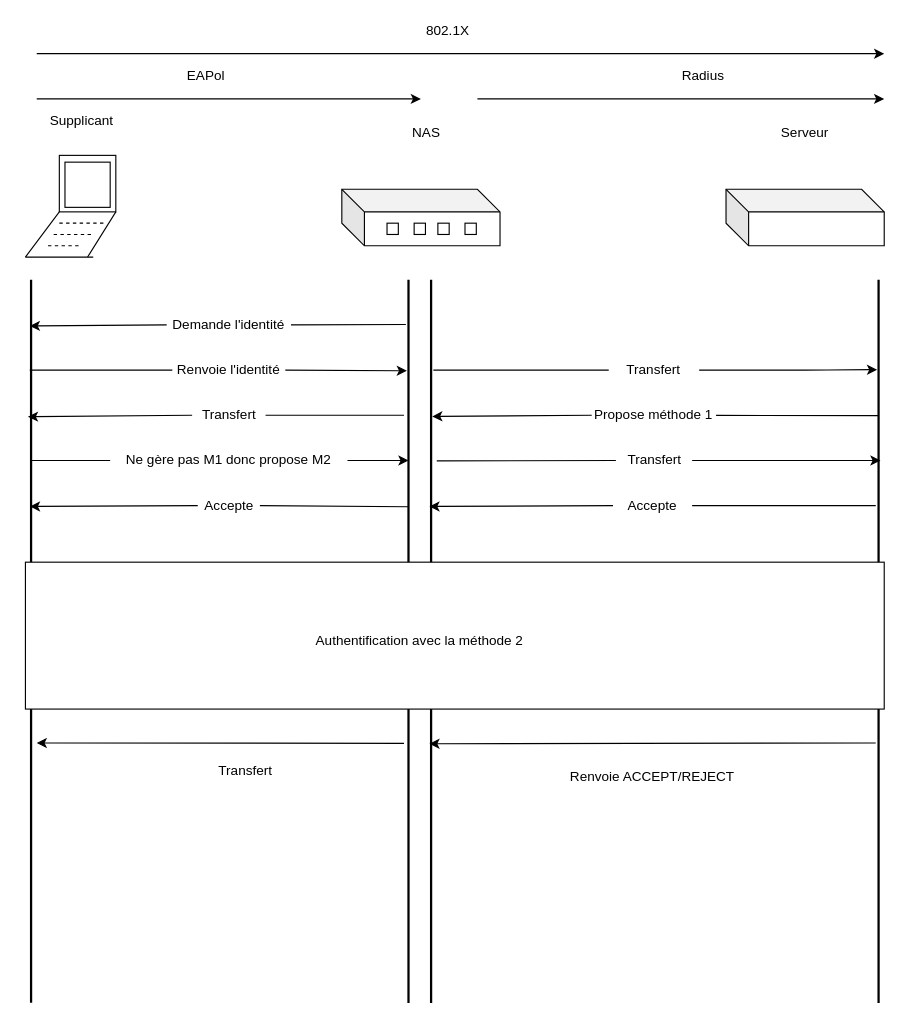
This is EAP.drawio from Gomonriou/Radius, a draw.io file, before an edit. Source tidied: cells renumbered, new cells numbered last; positions are measured from the earlier drawing's top-left corner, leaving out a move shared by most shapes. Both pictures are drawn from the tidied source at 113%, with x=0, y=0 at pixel (25, 19).
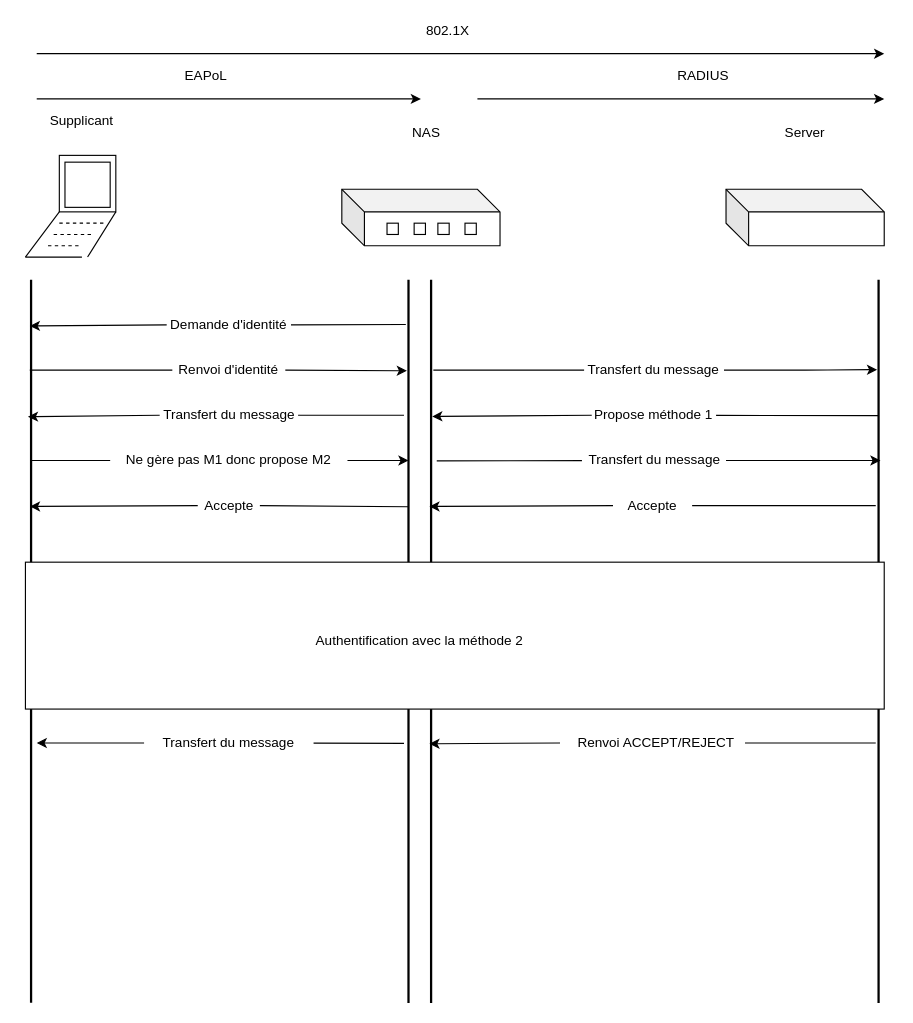
Above is the later version.

The edit, as a diff of the source:
```diff
@@
     <mxCell id="5" style="endArrow=none;html=1;" parent="1" edge="1">
       <mxGeometry relative="1" as="geometry">
         <mxPoint y="210" as="sourcePoint" />
-        <mxPoint x="60" y="210" as="targetPoint" />
+        <mxPoint x="50" y="210" as="targetPoint" />
       </mxGeometry>
     </mxCell>
@@
-    <mxCell id="22" value="Serveur" style="text;html=1;strokeColor=none;fillColor=none;align=center;verticalAlign=middle;whiteSpace=wrap;rounded=0;" parent="1" vertex="1">
+    <mxCell id="22" value="Server" style="text;html=1;strokeColor=none;fillColor=none;align=center;verticalAlign=middle;whiteSpace=wrap;rounded=0;" parent="1" vertex="1">
       <mxGeometry x="670" y="90" width="40" height="20" as="geometry" />
     </mxCell>
@@
-    <mxCell id="25" value="EAPol" style="text;html=1;strokeColor=none;fillColor=none;align=center;verticalAlign=middle;whiteSpace=wrap;rounded=0;" parent="1" vertex="1">
+    <mxCell id="25" value="EAPoL" style="text;html=1;strokeColor=none;fillColor=none;align=center;verticalAlign=middle;whiteSpace=wrap;rounded=0;" parent="1" vertex="1">
       <mxGeometry x="140" y="40" width="40" height="20" as="geometry" />
     </mxCell>
-    <mxCell id="26" value="Radius" style="text;html=1;strokeColor=none;fillColor=none;align=center;verticalAlign=middle;whiteSpace=wrap;rounded=0;" parent="1" vertex="1">
+    <mxCell id="26" value="RADIUS" style="text;html=1;strokeColor=none;fillColor=none;align=center;verticalAlign=middle;whiteSpace=wrap;rounded=0;" parent="1" vertex="1">
       <mxGeometry x="580" y="40" width="40" height="20" as="geometry" />
     </mxCell>
@@
-    <mxCell id="38" style="endArrow=classic;html=1;exitX=0.188;exitY=0.5;exitDx=0;exitDy=0;exitPerimeter=0;" parent="1" edge="1">
+    <mxCell id="38" style="endArrow=classic;html=1;exitX=0;exitY=0.5;exitDx=0;exitDy=0;startArrow=none;" parent="1" edge="1" source="40">
       <mxGeometry relative="1" as="geometry">
-        <mxPoint x="752.5" y="640" as="sourcePoint" />
         <mxPoint x="357.5" y="640.7" as="targetPoint" />
       </mxGeometry>
     </mxCell>
-    <mxCell id="39" style="endArrow=classic;html=1;" parent="1" edge="1">
+    <mxCell id="39" style="endArrow=classic;html=1;startArrow=none;" parent="1" edge="1" source="41">
       <mxGeometry relative="1" as="geometry">
-        <mxPoint x="335" y="640.3" as="sourcePoint" />
         <mxPoint x="10" y="640" as="targetPoint" />
       </mxGeometry>
     </mxCell>
-    <mxCell id="40" value="Renvoie ACCEPT/REJECT" style="text;html=1;strokeColor=none;fillColor=none;align=center;verticalAlign=middle;whiteSpace=wrap;rounded=0;" parent="1" vertex="1">
-      <mxGeometry x="480" y="660" width="150" height="20" as="geometry" />
-    </mxCell>
-    <mxCell id="41" value="Transfert" style="text;html=1;strokeColor=none;fillColor=none;align=center;verticalAlign=middle;whiteSpace=wrap;rounded=0;" parent="1" vertex="1">
-      <mxGeometry x="120" y="655" width="150" height="20" as="geometry" />
-    </mxCell>
@@
-    <mxCell id="46" value="Transfert" style="text;html=1;strokeColor=none;fillColor=none;align=center;verticalAlign=middle;whiteSpace=wrap;rounded=0;" parent="1" vertex="1">
-      <mxGeometry x="522.5" y="380" width="67.5" height="20" as="geometry" />
+    <mxCell id="46" value="Transfert du message" style="text;html=1;strokeColor=none;fillColor=none;align=center;verticalAlign=middle;whiteSpace=wrap;rounded=0;" parent="1" vertex="1">
+      <mxGeometry x="492.5" y="380" width="127.5" height="20" as="geometry" />
     </mxCell>
@@
-    <mxCell id="50" value="Transfert" style="text;html=1;strokeColor=none;fillColor=none;align=center;verticalAlign=middle;whiteSpace=wrap;rounded=0;" parent="1" vertex="1">
-      <mxGeometry x="516.2" y="300" width="80" height="20" as="geometry" />
+    <mxCell id="50" value="Transfert du message" style="text;html=1;strokeColor=none;fillColor=none;align=center;verticalAlign=middle;whiteSpace=wrap;rounded=0;" parent="1" vertex="1">
+      <mxGeometry x="494.4" y="300" width="123.8" height="20" as="geometry" />
     </mxCell>
@@
-    <mxCell id="52" value="Demande l'identité" style="text;html=1;strokeColor=none;fillColor=none;align=center;verticalAlign=middle;whiteSpace=wrap;rounded=0;" parent="1" vertex="1">
+    <mxCell id="52" value="Demande d'identité" style="text;html=1;strokeColor=none;fillColor=none;align=center;verticalAlign=middle;whiteSpace=wrap;rounded=0;" parent="1" vertex="1">
       <mxGeometry x="125" y="260" width="110" height="20" as="geometry" />
     </mxCell>
@@
-    <mxCell id="54" value="Transfert" style="text;html=1;strokeColor=none;fillColor=none;align=center;verticalAlign=middle;whiteSpace=wrap;rounded=0;" parent="1" vertex="1">
-      <mxGeometry x="147.5" y="340" width="65" height="20" as="geometry" />
+    <mxCell id="54" value="Transfert du message" style="text;html=1;strokeColor=none;fillColor=none;align=center;verticalAlign=middle;whiteSpace=wrap;rounded=0;" parent="1" vertex="1">
+      <mxGeometry x="118.8" y="340" width="122.5" height="20" as="geometry" />
     </mxCell>
@@
-    <mxCell id="60" value="Renvoie l'identité" style="text;html=1;strokeColor=none;fillColor=none;align=center;verticalAlign=middle;whiteSpace=wrap;rounded=0;" parent="1" vertex="1">
+    <mxCell id="60" value="Renvoi d'identité" style="text;html=1;strokeColor=none;fillColor=none;align=center;verticalAlign=middle;whiteSpace=wrap;rounded=0;" parent="1" vertex="1">
       <mxGeometry x="130" y="300" width="100" height="20" as="geometry" />
     </mxCell>
@@
+    <mxCell id="41" value="Transfert du message" style="text;html=1;strokeColor=none;fillColor=none;align=center;verticalAlign=middle;whiteSpace=wrap;rounded=0;" parent="1" vertex="1">
+      <mxGeometry x="105" y="630" width="150" height="20" as="geometry" />
+    </mxCell>
+    <mxCell id="62" style="endArrow=none;html=1;" parent="1" edge="1" target="41">
+      <mxGeometry relative="1" as="geometry">
+        <mxPoint x="335" y="640.3" as="sourcePoint" />
+      </mxGeometry>
+    </mxCell>
+    <mxCell id="40" value="&amp;nbsp; Renvoi ACCEPT/REJECT" style="text;html=1;strokeColor=none;fillColor=none;align=center;verticalAlign=middle;whiteSpace=wrap;rounded=0;" parent="1" vertex="1">
+      <mxGeometry x="473.1" y="630" width="163.7" height="20" as="geometry" />
+    </mxCell>
+    <mxCell id="63" style="endArrow=none;html=1;exitX=0.188;exitY=0.5;exitDx=0;exitDy=0;exitPerimeter=0;" parent="1" edge="1" target="40">
+      <mxGeometry relative="1" as="geometry">
+        <mxPoint x="752.5" y="640" as="sourcePoint" />
+      </mxGeometry>
+    </mxCell>
```
